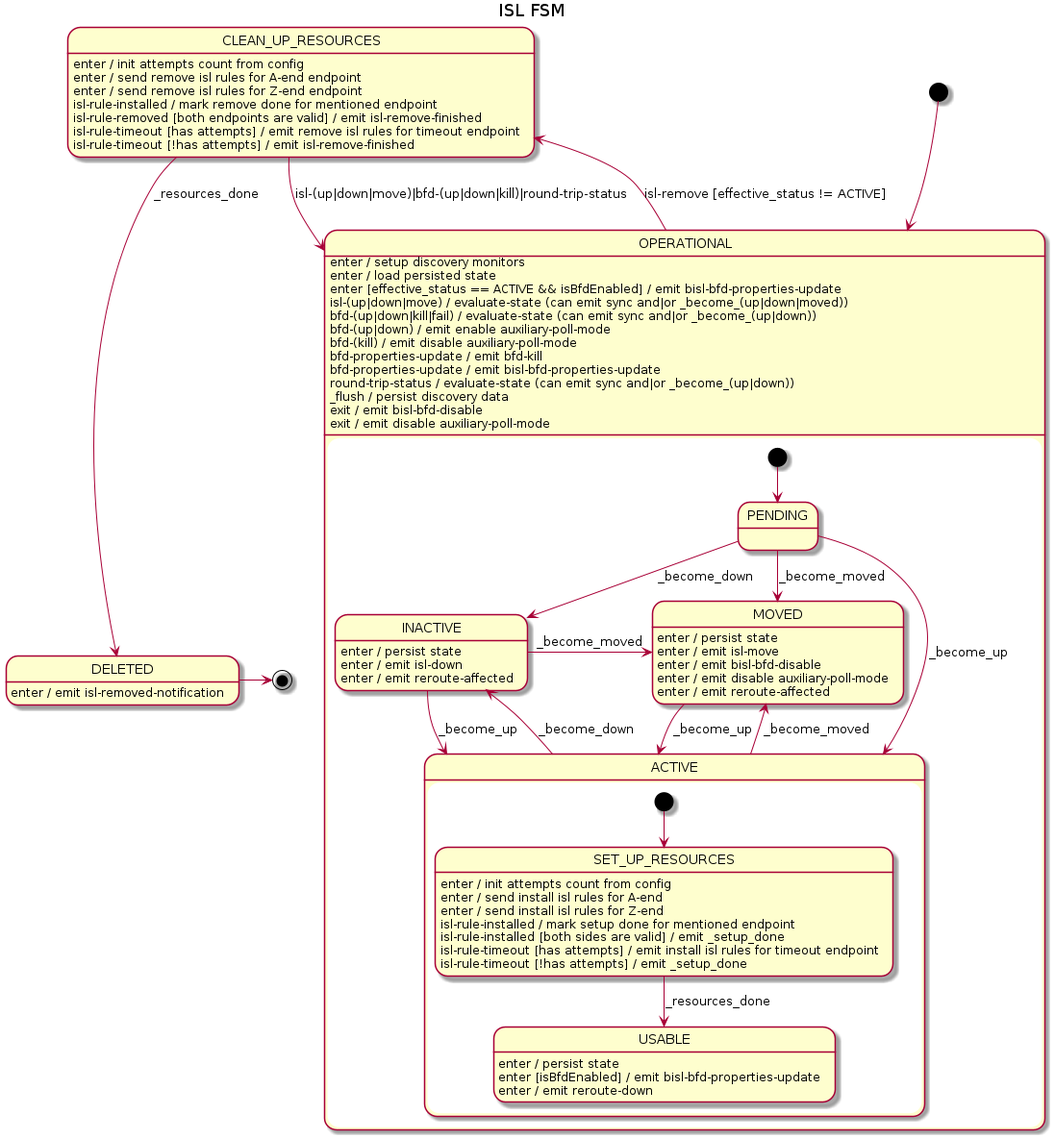
Earlier version of the PlantUML export docs/design/network-discovery/ISL-FSM.png (telstra/open-kilda).
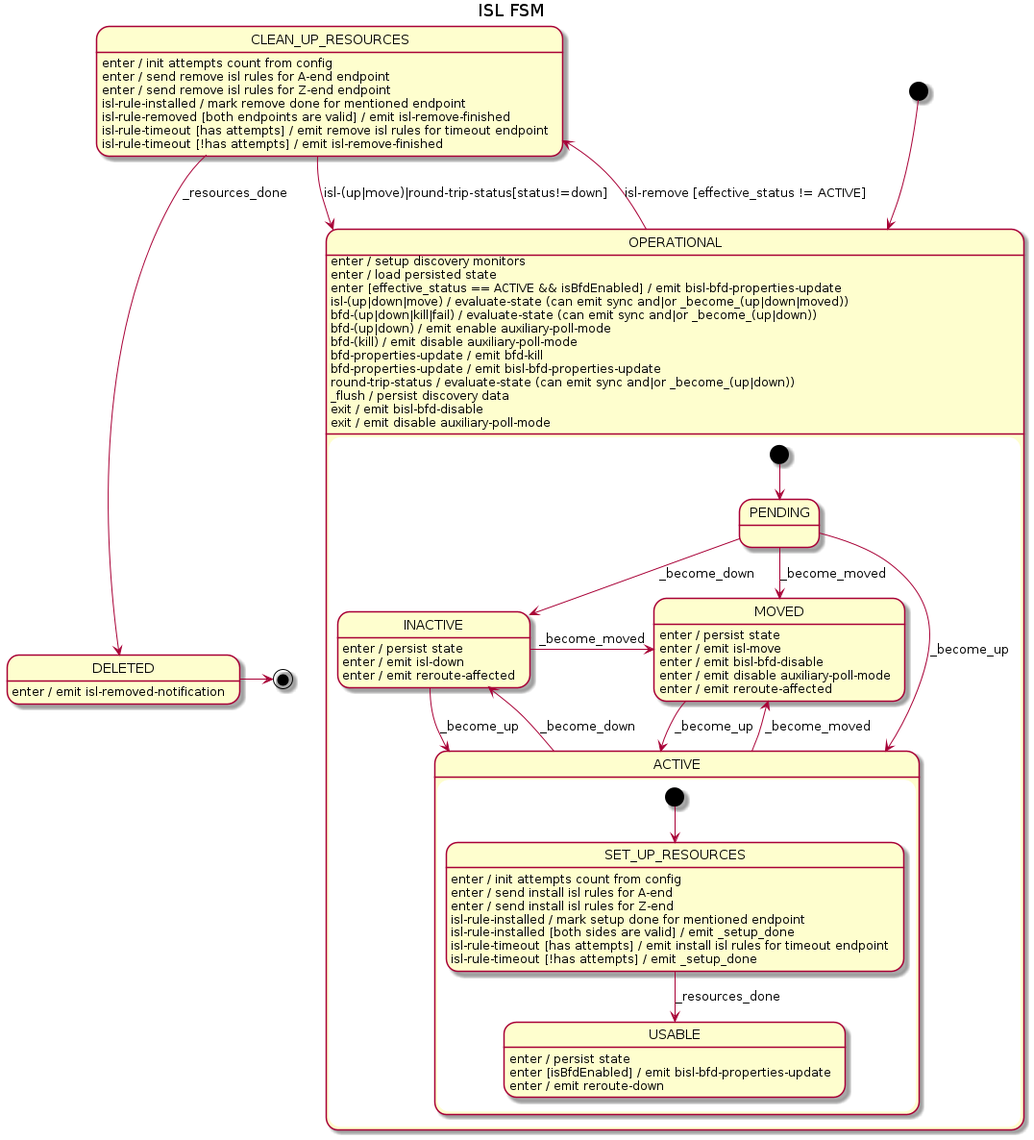
The same diagram one commit later.

Diff of the diagram source:
```diff
@@ -65,7 +65,7 @@
 CLEAN_UP_RESOURCES : isl-rule-timeout [has attempts] / emit remove isl rules for timeout endpoint
 CLEAN_UP_RESOURCES : isl-rule-timeout [!has attempts] / emit isl-remove-finished
 CLEAN_UP_RESOURCES --> DELETED : _resources_done
-CLEAN_UP_RESOURCES --> OPERATIONAL : isl-(up|down|move)|bfd-(up|down|kill)|round-trip-status
+CLEAN_UP_RESOURCES --> OPERATIONAL : isl-(up|move)|round-trip-status[status!=down]
 
 DELETED -> [*]
 DELETED : enter / emit isl-removed-notification
```
